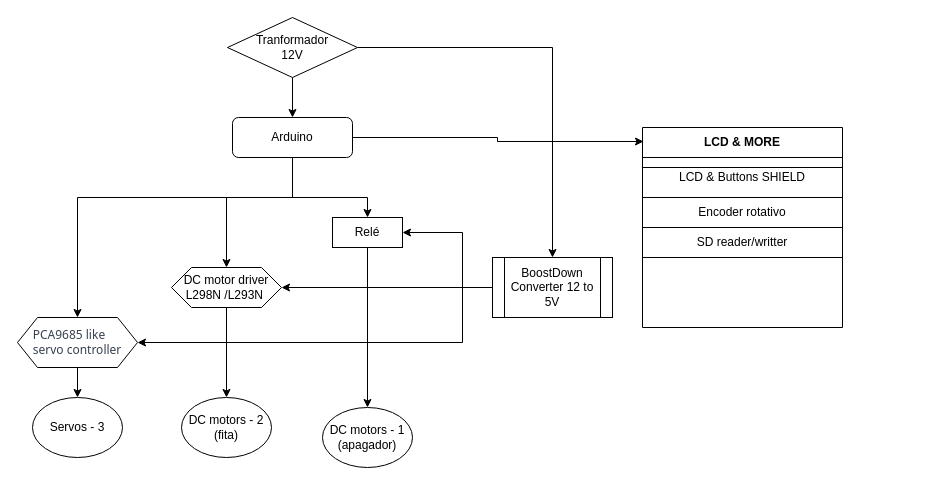
The draw.io diagram Diagrams/Diagrama sem nome.drawio in HackerSchool/turing, before the edit. Source tidied: cells renumbered, new cells numbered last; positions are measured from the earlier drawing's top-left corner, leaving out a move shared by most shapes. Both pictures are drawn from the tidied source at 100%, with x=0, y=0 at pixel (17, 17).
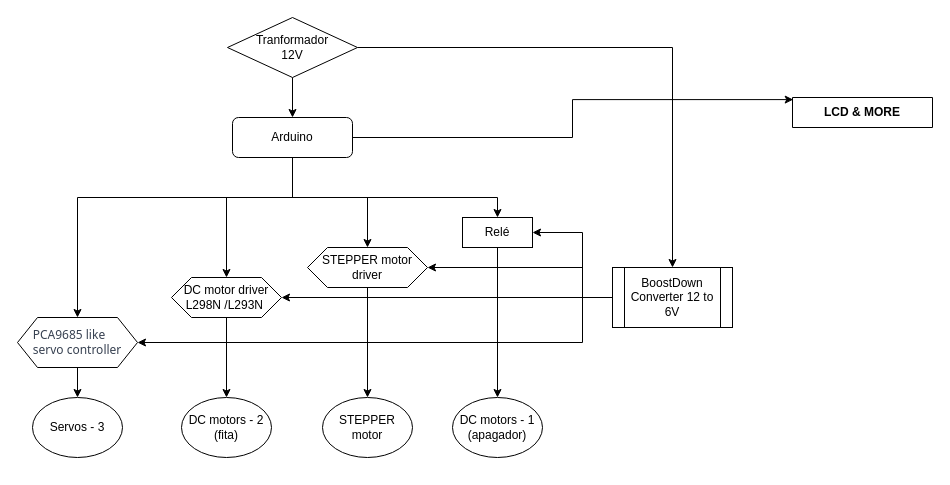
The same diagram, later.

Unchanged cells that the change refers to:
```xml
<mxCell id="6" value="Arduino&lt;br&gt;" style="rounded=1;whiteSpace=wrap;html=1;fontSize=12;glass=0;strokeWidth=1;shadow=0;" parent="1" vertex="1">
  <mxGeometry x="215" y="100" width="120" height="40" as="geometry" />
</mxCell>
<mxCell id="22" value="&lt;br&gt;&lt;div style=&quot;text-align: start;&quot;&gt;&lt;font face=&quot;Söhne, ui-sans-serif, system-ui, -apple-system, Segoe UI, Roboto, Ubuntu, Cantarell, Noto Sans, sans-serif, Helvetica Neue, Arial, Apple Color Emoji, Segoe UI Emoji, Segoe UI Symbol, Noto Color Emoji&quot; color=&quot;#374151&quot;&gt;PCA9685 like&amp;nbsp;&lt;/font&gt;&lt;/div&gt;&lt;div style=&quot;text-align: start;&quot;&gt;&lt;font face=&quot;Söhne, ui-sans-serif, system-ui, -apple-system, Segoe UI, Roboto, Ubuntu, Cantarell, Noto Sans, sans-serif, Helvetica Neue, Arial, Apple Color Emoji, Segoe UI Emoji, Segoe UI Symbol, Noto Color Emoji&quot; color=&quot;#374151&quot;&gt;servo&amp;nbsp;&lt;/font&gt;&lt;span style=&quot;color: rgb(55, 65, 81); font-family: Söhne, ui-sans-serif, system-ui, -apple-system, &amp;quot;Segoe UI&amp;quot;, Roboto, Ubuntu, Cantarell, &amp;quot;Noto Sans&amp;quot;, sans-serif, &amp;quot;Helvetica Neue&amp;quot;, Arial, &amp;quot;Apple Color Emoji&amp;quot;, &amp;quot;Segoe UI Emoji&amp;quot;, &amp;quot;Segoe UI Symbol&amp;quot;, &amp;quot;Noto Color Emoji&amp;quot;; background-color: initial;&quot;&gt;controller&lt;/span&gt;&lt;/div&gt;&lt;div style=&quot;text-align: start;&quot;&gt;&lt;font face=&quot;Söhne, ui-sans-serif, system-ui, -apple-system, Segoe UI, Roboto, Ubuntu, Cantarell, Noto Sans, sans-serif, Helvetica Neue, Arial, Apple Color Emoji, Segoe UI Emoji, Segoe UI Symbol, Noto Color Emoji&quot; color=&quot;#374151&quot;&gt;&lt;br&gt;&lt;/font&gt;&lt;/div&gt;" style="shape=hexagon;perimeter=hexagonPerimeter2;whiteSpace=wrap;html=1;fixedSize=1;" parent="1" vertex="1">
  <mxGeometry y="300" width="120" height="50" as="geometry" />
</mxCell>
```

Diff of the diagram source:
```diff
@@
     <mxCell id="2" style="edgeStyle=orthogonalEdgeStyle;rounded=0;jettySize=auto;html=1;entryX=0.5;entryY=0;entryDx=0;entryDy=0;" parent="1" edge="1" source="6" target="18">
       <mxGeometry relative="1" as="geometry">
         <Array as="points">
           <mxPoint x="275" y="180" />
-          <mxPoint x="350" y="180" />
+          <mxPoint x="480" y="180" />
         </Array>
       </mxGeometry>
     </mxCell>
@@
+    <mxCell id="27" style="edgeStyle=orthogonalEdgeStyle;rounded=0;jettySize=auto;html=1;entryX=0.5;entryY=0;entryDx=0;entryDy=0;" parent="1" edge="1" source="6" target="31">
+      <mxGeometry relative="1" as="geometry">
+        <Array as="points">
+          <mxPoint x="275" y="180" />
+          <mxPoint x="350" y="180" />
+        </Array>
+      </mxGeometry>
+    </mxCell>
@@
     <mxCell id="10" style="edgeStyle=orthogonalEdgeStyle;rounded=0;jettySize=auto;html=1;entryX=1;entryY=0.5;entryDx=0;entryDy=0;" parent="1" edge="1" source="13" target="18">
       <mxGeometry relative="1" as="geometry">
         <Array as="points">
-          <mxPoint x="445" y="270" />
-          <mxPoint x="445" y="215" />
+          <mxPoint x="565" y="280" />
+          <mxPoint x="565" y="215" />
         </Array>
       </mxGeometry>
     </mxCell>
@@
     <mxCell id="12" style="edgeStyle=orthogonalEdgeStyle;rounded=0;jettySize=auto;html=1;entryX=1;entryY=0.5;entryDx=0;entryDy=0;" parent="1" edge="1" source="13" target="22">
       <mxGeometry relative="1" as="geometry">
         <Array as="points">
-          <mxPoint x="445" y="270" />
-          <mxPoint x="445" y="325" />
+          <mxPoint x="565" y="280" />
+          <mxPoint x="565" y="325" />
         </Array>
       </mxGeometry>
     </mxCell>
+    <mxCell id="28" style="edgeStyle=orthogonalEdgeStyle;rounded=0;jettySize=auto;html=1;entryX=1;entryY=0.5;entryDx=0;entryDy=0;" parent="1" edge="1" source="13" target="31">
+      <mxGeometry relative="1" as="geometry">
+        <Array as="points">
+          <mxPoint x="565" y="280" />
+          <mxPoint x="565" y="250" />
+        </Array>
+      </mxGeometry>
+    </mxCell>
-    <mxCell id="13" value="BoostDown&lt;br&gt;Converter 12 to 5V" style="shape=process;whiteSpace=wrap;html=1;backgroundOutline=1;rotation=0;" parent="1" vertex="1">
-      <mxGeometry x="475" y="240" width="120" height="60" as="geometry" />
+    <mxCell id="13" value="BoostDown&lt;br&gt;Converter 12 to 6V" style="shape=process;whiteSpace=wrap;html=1;backgroundOutline=1;rotation=0;" parent="1" vertex="1">
+      <mxGeometry x="595" y="250" width="120" height="60" as="geometry" />
     </mxCell>
@@
     <mxCell id="16" value="DC motors - 1&lt;br&gt;(apagador)" style="ellipse;whiteSpace=wrap;html=1;" parent="1" vertex="1">
-      <mxGeometry x="305" y="390" width="90" height="60" as="geometry" />
+      <mxGeometry x="435" y="380" width="90" height="60" as="geometry" />
     </mxCell>
@@
     <mxCell id="18" value="Relé" style="rounded=0;whiteSpace=wrap;html=1;" parent="1" vertex="1">
-      <mxGeometry x="315" y="200" width="70" height="30" as="geometry" />
+      <mxGeometry x="445" y="200" width="70" height="30" as="geometry" />
     </mxCell>
@@
     <mxCell id="20" value="DC motor driver&lt;br&gt;L298N /L293N&amp;nbsp;" style="shape=hexagon;perimeter=hexagonPerimeter2;whiteSpace=wrap;html=1;fixedSize=1;" parent="1" vertex="1">
-      <mxGeometry x="154" y="250" width="110" height="40" as="geometry" />
+      <mxGeometry x="154" y="260" width="110" height="40" as="geometry" />
     </mxCell>
@@
-    <mxCell id="23" value="LCD &amp;amp; MORE" style="swimlane;whiteSpace=wrap;html=1;startSize=30;" parent="1" vertex="1">
-      <mxGeometry x="625" y="110" width="200" height="200" as="geometry" />
+    <mxCell id="23" value="LCD &amp;amp; MORE" style="swimlane;whiteSpace=wrap;html=1;startSize=30;" parent="1" vertex="1" collapsed="1">
+      <mxGeometry x="775" y="80" width="140" height="30" as="geometry" />
     </mxCell>
-    <mxCell id="24" value="LCD &amp;amp; Buttons SHIELD" style="shape=internalStorage;whiteSpace=wrap;html=1;backgroundOutline=1;dx=0;dy=10;" parent="23" vertex="1">
-      <mxGeometry y="30" width="200" height="40" as="geometry" />
-    </mxCell>
-    <mxCell id="25" value="SD reader/writter" style="rounded=0;whiteSpace=wrap;html=1;" parent="23" vertex="1">
-      <mxGeometry y="100" width="200" height="30" as="geometry" />
-    </mxCell>
-    <mxCell id="26" value="Encoder rotativo" style="rounded=0;whiteSpace=wrap;html=1;" parent="1" vertex="1">
-      <mxGeometry x="625" y="180" width="200" height="30" as="geometry" />
-    </mxCell>
+    <mxCell id="29" value="STEPPER motor" style="ellipse;whiteSpace=wrap;html=1;" parent="1" vertex="1">
+      <mxGeometry x="305" y="380" width="90" height="60" as="geometry" />
+    </mxCell>
+    <mxCell id="30" style="edgeStyle=orthogonalEdgeStyle;rounded=0;jettySize=auto;html=1;entryX=0.5;entryY=0;entryDx=0;entryDy=0;" parent="1" edge="1" source="31" target="29">
+      <mxGeometry relative="1" as="geometry" />
+    </mxCell>
+    <mxCell id="31" value="STEPPER motor&lt;br&gt;driver" style="shape=hexagon;perimeter=hexagonPerimeter2;whiteSpace=wrap;html=1;fixedSize=1;" parent="1" vertex="1">
+      <mxGeometry x="290" y="230" width="120" height="40" as="geometry" />
+    </mxCell>
```
